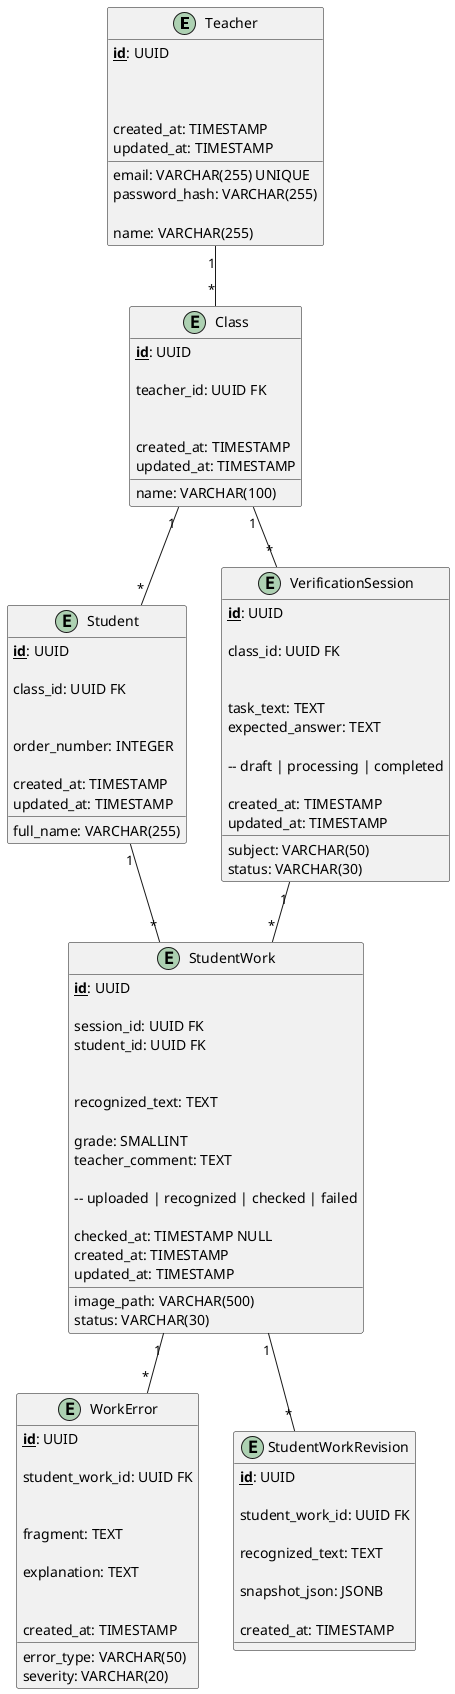
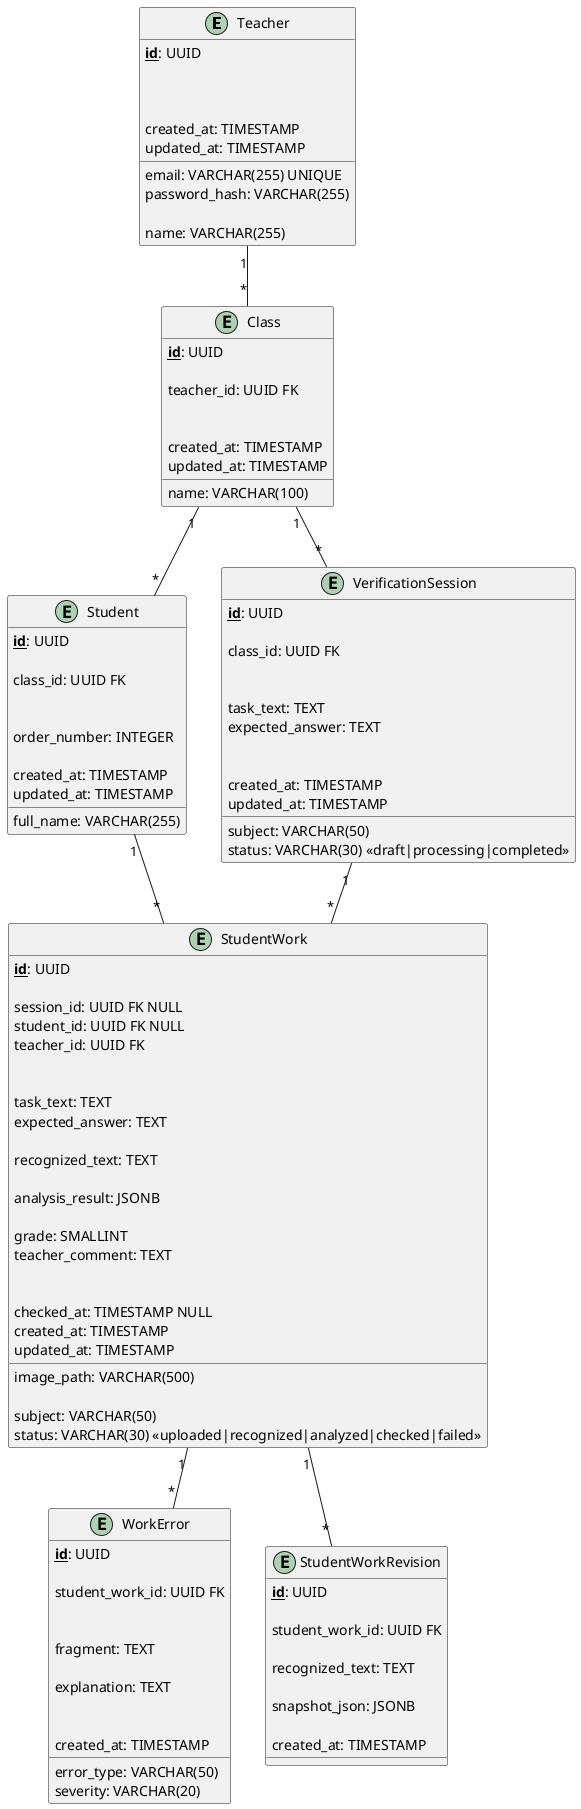
@startuml

!define primary_key(x) <b><u>x</u></b>

entity Teacher {
primary_key(id): UUID

email: VARCHAR(255) UNIQUE
password_hash: VARCHAR(255)

name: VARCHAR(255)

created_at: TIMESTAMP
updated_at: TIMESTAMP
}

entity Class {
primary_key(id): UUID

teacher_id: UUID FK

name: VARCHAR(100)

created_at: TIMESTAMP
updated_at: TIMESTAMP
}

entity Student {
primary_key(id): UUID

class_id: UUID FK

full_name: VARCHAR(255)

order_number: INTEGER

created_at: TIMESTAMP
updated_at: TIMESTAMP
}

entity VerificationSession {
primary_key(id): UUID

class_id: UUID FK

subject: VARCHAR(50)

task_text: TEXT
expected_answer: TEXT

- status: VARCHAR(30)
- -- draft | processing | completed
+ status: VARCHAR(30) <<draft|processing|completed>>

created_at: TIMESTAMP
updated_at: TIMESTAMP
}

entity StudentWork {
primary_key(id): UUID

- session_id: UUID FK
- student_id: UUID FK
+ session_id: UUID FK NULL
+ student_id: UUID FK NULL
+ teacher_id: UUID FK

image_path: VARCHAR(500)

+ subject: VARCHAR(50)
+ task_text: TEXT
+ expected_answer: TEXT
+ 
recognized_text: TEXT
+ 
+ analysis_result: JSONB

grade: SMALLINT
teacher_comment: TEXT

- status: VARCHAR(30)
- -- uploaded | recognized | checked | failed
+ status: VARCHAR(30) <<uploaded|recognized|analyzed|checked|failed>>

checked_at: TIMESTAMP NULL
created_at: TIMESTAMP
updated_at: TIMESTAMP
}

entity WorkError {
primary_key(id): UUID

student_work_id: UUID FK

error_type: VARCHAR(50)

fragment: TEXT

explanation: TEXT

severity: VARCHAR(20)

created_at: TIMESTAMP
}

entity StudentWorkRevision {
primary_key(id): UUID

student_work_id: UUID FK

recognized_text: TEXT

snapshot_json: JSONB

created_at: TIMESTAMP
}

Teacher "1" -- "*" Class
Class "1" -- "*" Student

Class "1" -- "*" VerificationSession

VerificationSession "1" -- "*" StudentWork
Student "1" -- "*" StudentWork

StudentWork "1" -- "*" WorkError
StudentWork "1" -- "*" StudentWorkRevision

@enduml
